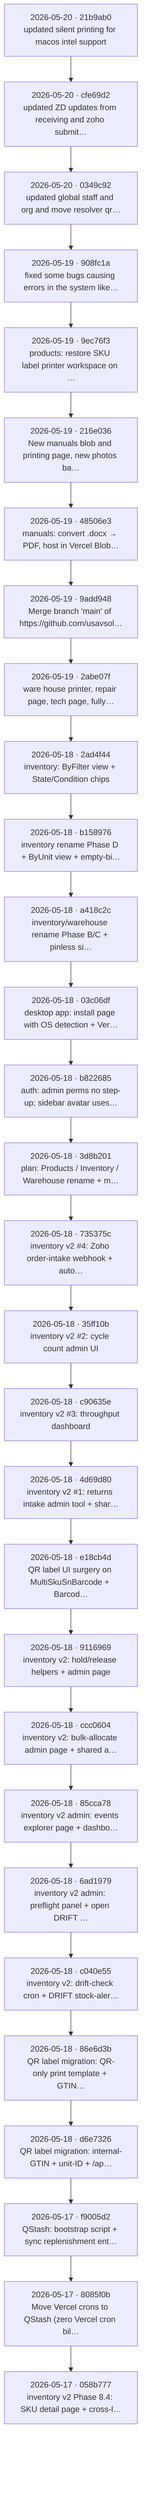
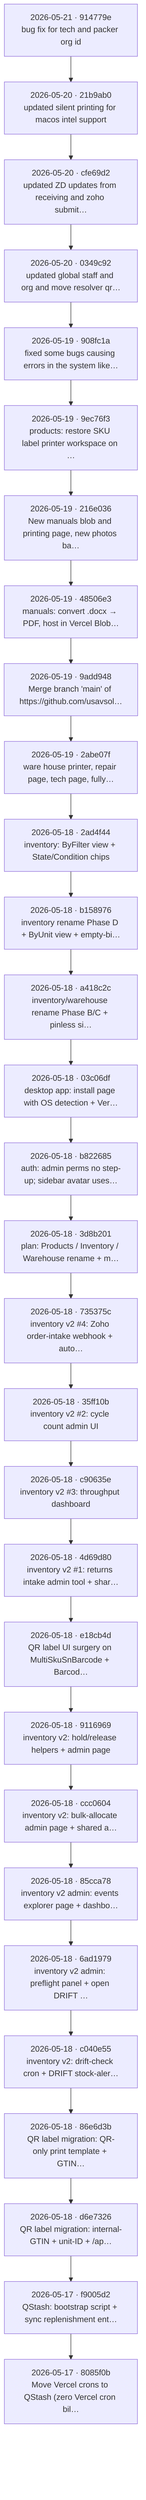
flowchart TB
-   c0["2026-05-20 · 21b9ab0<br/>updated silent printing for macos intel support"]
-   c1["2026-05-20 · cfe69d2<br/>updated ZD updates from receiving and zoho submit…"]
+   c0["2026-05-21 · 914779e<br/>bug fix for tech and packer org id"]
+   c1["2026-05-20 · 21b9ab0<br/>updated silent printing for macos intel support"]
  c0 --> c1
-   c2["2026-05-20 · 0349c92<br/>updated global staff and org and move resolver qr…"]
+   c2["2026-05-20 · cfe69d2<br/>updated ZD updates from receiving and zoho submit…"]
  c1 --> c2
-   c3["2026-05-19 · 908fc1a<br/>fixed some bugs causing errors in the system like…"]
+   c3["2026-05-20 · 0349c92<br/>updated global staff and org and move resolver qr…"]
  c2 --> c3
-   c4["2026-05-19 · 9ec76f3<br/>products: restore SKU label printer workspace on …"]
+   c4["2026-05-19 · 908fc1a<br/>fixed some bugs causing errors in the system like…"]
  c3 --> c4
-   c5["2026-05-19 · 216e036<br/>New manuals blob and printing page, new photos ba…"]
+   c5["2026-05-19 · 9ec76f3<br/>products: restore SKU label printer workspace on …"]
  c4 --> c5
-   c6["2026-05-19 · 48506e3<br/>manuals: convert .docx → PDF, host in Vercel Blob…"]
+   c6["2026-05-19 · 216e036<br/>New manuals blob and printing page, new photos ba…"]
  c5 --> c6
-   c7["2026-05-19 · 9add948<br/>Merge branch 'main' of https://github.com/usavsol…"]
+   c7["2026-05-19 · 48506e3<br/>manuals: convert .docx → PDF, host in Vercel Blob…"]
  c6 --> c7
-   c8["2026-05-19 · 2abe07f<br/>ware house printer, repair page, tech page, fully…"]
+   c8["2026-05-19 · 9add948<br/>Merge branch 'main' of https://github.com/usavsol…"]
  c7 --> c8
-   c9["2026-05-18 · 2ad4f44<br/>inventory: ByFilter view + State/Condition chips"]
+   c9["2026-05-19 · 2abe07f<br/>ware house printer, repair page, tech page, fully…"]
  c8 --> c9
-   c10["2026-05-18 · b158976<br/>inventory rename Phase D + ByUnit view + empty-bi…"]
+   c10["2026-05-18 · 2ad4f44<br/>inventory: ByFilter view + State/Condition chips"]
  c9 --> c10
-   c11["2026-05-18 · a418c2c<br/>inventory/warehouse rename Phase B/C + pinless si…"]
+   c11["2026-05-18 · b158976<br/>inventory rename Phase D + ByUnit view + empty-bi…"]
  c10 --> c11
-   c12["2026-05-18 · 03c06df<br/>desktop app: install page with OS detection + Ver…"]
+   c12["2026-05-18 · a418c2c<br/>inventory/warehouse rename Phase B/C + pinless si…"]
  c11 --> c12
-   c13["2026-05-18 · b822685<br/>auth: admin perms no step-up; sidebar avatar uses…"]
+   c13["2026-05-18 · 03c06df<br/>desktop app: install page with OS detection + Ver…"]
  c12 --> c13
-   c14["2026-05-18 · 3d8b201<br/>plan: Products / Inventory / Warehouse rename + m…"]
+   c14["2026-05-18 · b822685<br/>auth: admin perms no step-up; sidebar avatar uses…"]
  c13 --> c14
-   c15["2026-05-18 · 735375c<br/>inventory v2 #4: Zoho order-intake webhook + auto…"]
+   c15["2026-05-18 · 3d8b201<br/>plan: Products / Inventory / Warehouse rename + m…"]
  c14 --> c15
-   c16["2026-05-18 · 35ff10b<br/>inventory v2 #2: cycle count admin UI"]
+   c16["2026-05-18 · 735375c<br/>inventory v2 #4: Zoho order-intake webhook + auto…"]
  c15 --> c16
-   c17["2026-05-18 · c90635e<br/>inventory v2 #3: throughput dashboard"]
+   c17["2026-05-18 · 35ff10b<br/>inventory v2 #2: cycle count admin UI"]
  c16 --> c17
-   c18["2026-05-18 · 4d69d80<br/>inventory v2 #1: returns intake admin tool + shar…"]
+   c18["2026-05-18 · c90635e<br/>inventory v2 #3: throughput dashboard"]
  c17 --> c18
-   c19["2026-05-18 · e18cb4d<br/>QR label UI surgery on MultiSkuSnBarcode + Barcod…"]
+   c19["2026-05-18 · 4d69d80<br/>inventory v2 #1: returns intake admin tool + shar…"]
  c18 --> c19
-   c20["2026-05-18 · 9116969<br/>inventory v2: hold/release helpers + admin page"]
+   c20["2026-05-18 · e18cb4d<br/>QR label UI surgery on MultiSkuSnBarcode + Barcod…"]
  c19 --> c20
-   c21["2026-05-18 · ccc0604<br/>inventory v2: bulk-allocate admin page + shared a…"]
+   c21["2026-05-18 · 9116969<br/>inventory v2: hold/release helpers + admin page"]
  c20 --> c21
-   c22["2026-05-18 · 85cca78<br/>inventory v2 admin: events explorer page + dashbo…"]
+   c22["2026-05-18 · ccc0604<br/>inventory v2: bulk-allocate admin page + shared a…"]
  c21 --> c22
-   c23["2026-05-18 · 6ad1979<br/>inventory v2 admin: preflight panel + open DRIFT …"]
+   c23["2026-05-18 · 85cca78<br/>inventory v2 admin: events explorer page + dashbo…"]
  c22 --> c23
-   c24["2026-05-18 · c040e55<br/>inventory v2: drift-check cron + DRIFT stock-aler…"]
+   c24["2026-05-18 · 6ad1979<br/>inventory v2 admin: preflight panel + open DRIFT …"]
  c23 --> c24
-   c25["2026-05-18 · 86e6d3b<br/>QR label migration: QR-only print template + GTIN…"]
+   c25["2026-05-18 · c040e55<br/>inventory v2: drift-check cron + DRIFT stock-aler…"]
  c24 --> c25
-   c26["2026-05-18 · d6e7326<br/>QR label migration: internal-GTIN + unit-ID + /ap…"]
+   c26["2026-05-18 · 86e6d3b<br/>QR label migration: QR-only print template + GTIN…"]
  c25 --> c26
-   c27["2026-05-17 · f9005d2<br/>QStash: bootstrap script + sync replenishment ent…"]
+   c27["2026-05-18 · d6e7326<br/>QR label migration: internal-GTIN + unit-ID + /ap…"]
  c26 --> c27
-   c28["2026-05-17 · 8085f0b<br/>Move Vercel crons to QStash (zero Vercel cron bil…"]
+   c28["2026-05-17 · f9005d2<br/>QStash: bootstrap script + sync replenishment ent…"]
  c27 --> c28
-   c29["2026-05-17 · 058b777<br/>inventory v2 Phase 8.4: SKU detail page + cross-l…"]
+   c29["2026-05-17 · 8085f0b<br/>Move Vercel crons to QStash (zero Vercel cron bil…"]
  c28 --> c29